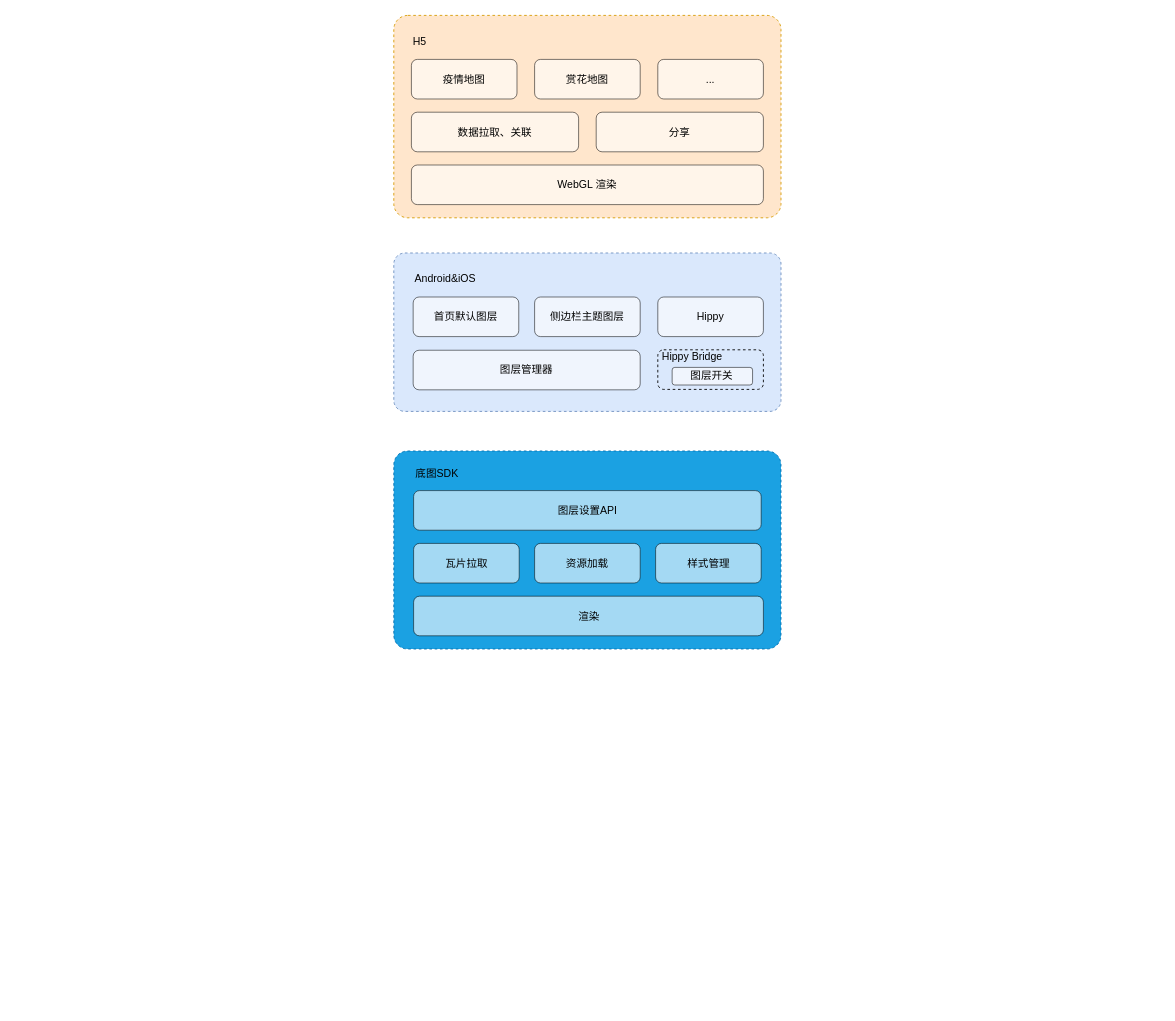
The draw.io diagram page "Page-3" (3 of 3) of 图卡联动.drawio in wangziji/graphics, before the edit. Source tidied: cells renumbered, new cells numbered last; positions are measured from the earlier drawing's top-left corner, leaving out a move shared by most shapes. Both pictures are drawn from the tidied source at 88%, with x=0, y=0 at pixel (393, 15).
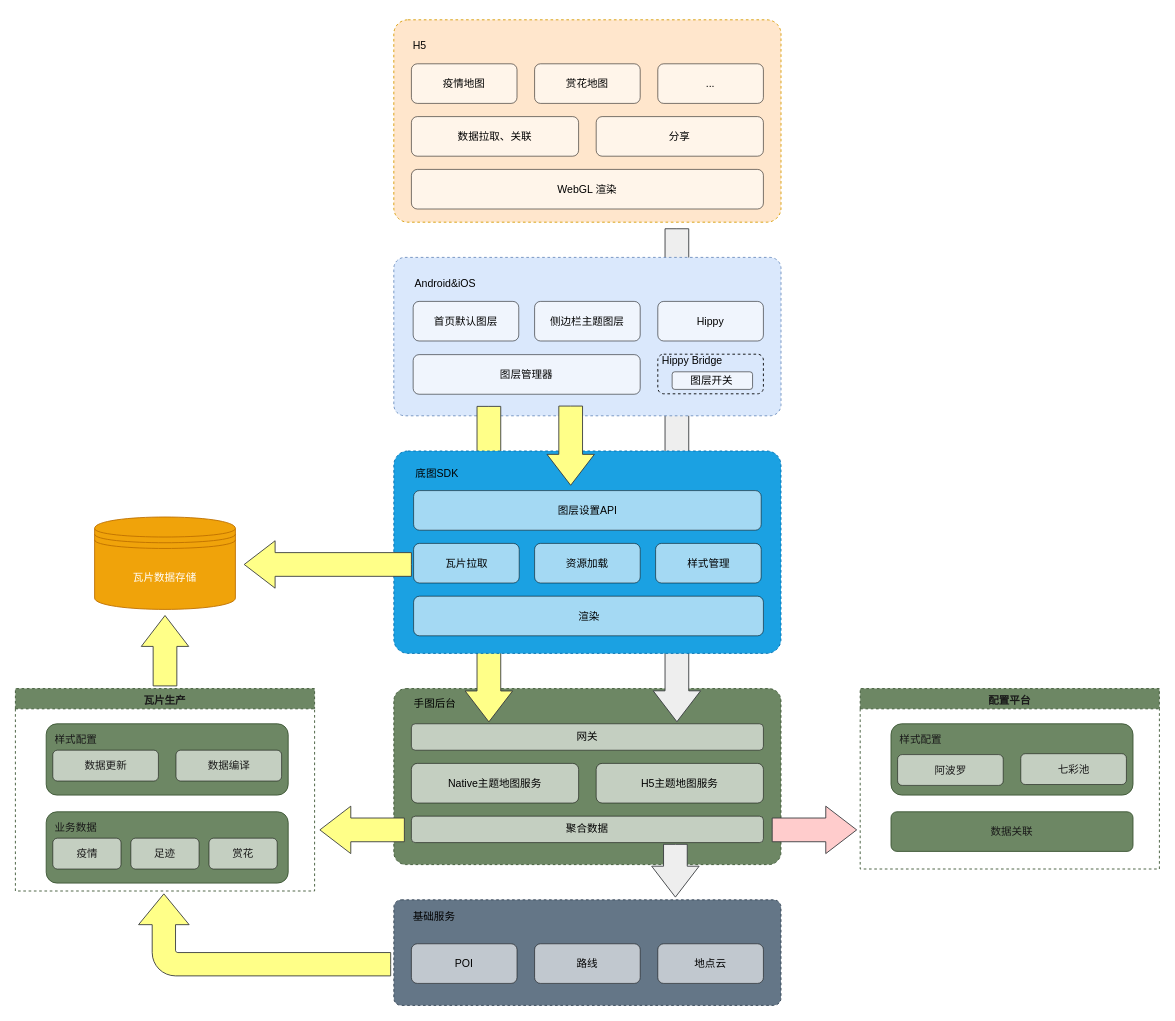
Above is the later version.

The edit, as a diff of the source:
```diff
@@
-    <mxCell id="2" style="rounded=1;whiteSpace=wrap;html=1;fillColor=#1ba1e2;dashed=1;arcSize=7;strokeColor=#006EAF;fontColor=#ffffff;fontFamily=腾讯体;" parent="1" vertex="1">
-      <mxGeometry y="495" width="440" height="225" as="geometry" />
-    </mxCell>
+    <mxCell id="29" style="group;fontFamily=腾讯体;" parent="1" vertex="1">
+      <mxGeometry y="765" width="440" height="233.9" as="geometry" />
+    </mxCell>
+    <mxCell id="30" style="rounded=1;whiteSpace=wrap;html=1;fillColor=#6d8764;dashed=1;arcSize=7;strokeColor=#3A5431;fontColor=#ffffff;fontFamily=腾讯体;" parent="29" vertex="1">
+      <mxGeometry width="440" height="200" as="geometry" />
+    </mxCell>
+    <mxCell id="31" value="手图后台" style="text;html=1;strokeColor=none;fillColor=none;align=left;verticalAlign=middle;whiteSpace=wrap;rounded=0;dashed=1;fontFamily=腾讯体;" parent="29" vertex="1">
+      <mxGeometry x="21" y="8.3" width="80" height="16.7" as="geometry" />
+    </mxCell>
+    <mxCell id="32" style="group;fontFamily=腾讯体;" parent="29" vertex="1">
+      <mxGeometry x="20" y="85" width="400" height="45" as="geometry" />
+    </mxCell>
+    <mxCell id="33" value="Native主题地图服务" style="rounded=1;whiteSpace=wrap;html=1;opacity=60;fontFamily=腾讯体;" parent="32" vertex="1">
+      <mxGeometry width="190" height="45" as="geometry" />
+    </mxCell>
+    <mxCell id="34" value="H5主题地图服务" style="rounded=1;whiteSpace=wrap;html=1;opacity=60;fontFamily=腾讯体;" parent="32" vertex="1">
+      <mxGeometry x="210" width="190" height="45" as="geometry" />
+    </mxCell>
+    <mxCell id="35" style="html=1;shadow=0;dashed=0;align=center;verticalAlign=middle;shape=mxgraph.arrows2.arrow;dy=0.5;dx=35.12;notch=0;rotation=90;fillColor=#eeeeee;strokeColor=#36393d;" parent="29" vertex="1">
+      <mxGeometry x="290" y="180" width="60" height="53.9" as="geometry" />
+    </mxCell>
+    <mxCell id="36" value="聚合数据" style="rounded=1;whiteSpace=wrap;html=1;opacity=60;fontFamily=腾讯体;" parent="29" vertex="1">
+      <mxGeometry x="20" y="145" width="400" height="30" as="geometry" />
+    </mxCell>
+    <mxCell id="37" value="网关" style="rounded=1;whiteSpace=wrap;html=1;opacity=60;fontFamily=腾讯体;" parent="29" vertex="1">
+      <mxGeometry x="20" y="40" width="400" height="30" as="geometry" />
+    </mxCell>
     <mxCell id="3" style="group;fontFamily=腾讯体;" parent="1" vertex="1">
-      <mxGeometry y="20" width="440" height="210" as="geometry" />
+      <mxGeometry y="25" width="440" height="210" as="geometry" />
     </mxCell>
@@
+    <mxCell id="38" style="group;fontFamily=腾讯体;" parent="1" vertex="1">
+      <mxGeometry y="1005" width="440" height="120" as="geometry" />
+    </mxCell>
+    <mxCell id="39" style="rounded=1;whiteSpace=wrap;html=1;fillColor=#647687;dashed=1;arcSize=7;strokeColor=#314354;fontColor=#ffffff;fontFamily=腾讯体;" parent="38" vertex="1">
+      <mxGeometry width="440" height="120" as="geometry" />
+    </mxCell>
+    <mxCell id="40" value="POI" style="rounded=1;whiteSpace=wrap;html=1;opacity=60;fontFamily=腾讯体;" parent="38" vertex="1">
+      <mxGeometry x="20" y="50" width="120" height="45" as="geometry" />
+    </mxCell>
+    <mxCell id="41" value="路线" style="rounded=1;whiteSpace=wrap;html=1;opacity=60;fontFamily=腾讯体;" parent="38" vertex="1">
+      <mxGeometry x="160" y="50" width="120" height="45" as="geometry" />
+    </mxCell>
+    <mxCell id="42" value="地点云" style="rounded=1;whiteSpace=wrap;html=1;opacity=60;fontFamily=腾讯体;" parent="38" vertex="1">
+      <mxGeometry x="300" y="50" width="120" height="45" as="geometry" />
+    </mxCell>
+    <mxCell id="43" value="基础服务" style="text;html=1;strokeColor=none;fillColor=none;align=left;verticalAlign=middle;whiteSpace=wrap;rounded=0;dashed=1;fontFamily=腾讯体;" parent="38" vertex="1">
+      <mxGeometry x="20" y="10" width="80" height="20" as="geometry" />
+    </mxCell>
+    <mxCell id="44" value="配置平台" style="swimlane;dashed=1;fillColor=#6d8764;align=center;verticalAlign=top;strokeColor=#3A5431;fontColor=#1A1A1A;fontFamily=腾讯体;" parent="1" vertex="1">
+      <mxGeometry x="530" y="765" width="340" height="205" as="geometry" />
+    </mxCell>
+    <mxCell id="45" style="rounded=1;whiteSpace=wrap;html=1;fillColor=#6d8764;strokeColor=#3A5431;fontColor=#ffffff;fontFamily=腾讯体;" parent="44" vertex="1">
+      <mxGeometry x="35" y="40" width="275" height="81" as="geometry" />
+    </mxCell>
+    <mxCell id="46" value="数据关联" style="rounded=1;whiteSpace=wrap;html=1;fillColor=#6d8764;strokeColor=#3A5431;fontColor=#1A1A1A;fontFamily=腾讯体;" parent="44" vertex="1">
+      <mxGeometry x="35" y="140" width="275" height="45" as="geometry" />
+    </mxCell>
+    <mxCell id="47" value="阿波罗" style="rounded=1;whiteSpace=wrap;html=1;opacity=60;fontFamily=腾讯体;fontColor=#1A1A1A;" parent="44" vertex="1">
+      <mxGeometry x="42.5" y="75" width="120" height="35" as="geometry" />
+    </mxCell>
+    <mxCell id="48" value="七彩池" style="rounded=1;whiteSpace=wrap;html=1;opacity=60;fontFamily=腾讯体;fontColor=#1A1A1A;" parent="44" vertex="1">
+      <mxGeometry x="182.5" y="74" width="120" height="35" as="geometry" />
+    </mxCell>
+    <mxCell id="49" value="样式配置" style="text;html=1;strokeColor=none;fillColor=none;align=left;verticalAlign=middle;whiteSpace=wrap;rounded=0;dashed=1;fontFamily=腾讯体;fontColor=#1A1A1A;" parent="44" vertex="1">
+      <mxGeometry x="42.5" y="50" width="80" height="16.7" as="geometry" />
+    </mxCell>
+    <mxCell id="50" value="瓦片数据存储" style="shape=datastore;whiteSpace=wrap;html=1;fillColor=#f0a30a;strokeColor=#BD7000;fontColor=#ffffff;" parent="1" vertex="1">
+      <mxGeometry x="-340" y="570" width="160" height="105" as="geometry" />
+    </mxCell>
+    <mxCell id="51" value="瓦片生产" style="swimlane;dashed=1;fillColor=#6d8764;align=center;verticalAlign=top;strokeColor=#3A5431;fontColor=#1A1A1A;fontFamily=腾讯体;" parent="1" vertex="1">
+      <mxGeometry x="-430" y="765" width="340" height="230" as="geometry" />
+    </mxCell>
+    <mxCell id="52" style="rounded=1;whiteSpace=wrap;html=1;fillColor=#6d8764;strokeColor=#3A5431;fontColor=#ffffff;fontFamily=腾讯体;" parent="51" vertex="1">
+      <mxGeometry x="35" y="40" width="275" height="81" as="geometry" />
+    </mxCell>
+    <mxCell id="53" value="数据更新" style="rounded=1;whiteSpace=wrap;html=1;opacity=60;fontFamily=腾讯体;fontColor=#1A1A1A;" parent="51" vertex="1">
+      <mxGeometry x="42.5" y="70" width="120" height="35" as="geometry" />
+    </mxCell>
+    <mxCell id="54" value="数据编译" style="rounded=1;whiteSpace=wrap;html=1;opacity=60;fontFamily=腾讯体;fontColor=#1A1A1A;" parent="51" vertex="1">
+      <mxGeometry x="182.5" y="70" width="120" height="35" as="geometry" />
+    </mxCell>
+    <mxCell id="55" value="样式配置" style="text;html=1;strokeColor=none;fillColor=none;align=left;verticalAlign=middle;whiteSpace=wrap;rounded=0;dashed=1;fontFamily=腾讯体;fontColor=#1A1A1A;" parent="51" vertex="1">
+      <mxGeometry x="42.5" y="50" width="80" height="16.7" as="geometry" />
+    </mxCell>
+    <mxCell id="56" style="rounded=1;whiteSpace=wrap;html=1;fillColor=#6d8764;strokeColor=#3A5431;fontColor=#ffffff;fontFamily=腾讯体;" parent="51" vertex="1">
+      <mxGeometry x="35" y="140" width="275" height="81" as="geometry" />
+    </mxCell>
+    <mxCell id="57" value="疫情" style="rounded=1;whiteSpace=wrap;html=1;opacity=60;fontFamily=腾讯体;fontColor=#1A1A1A;" parent="51" vertex="1">
+      <mxGeometry x="42.5" y="170" width="77.5" height="35" as="geometry" />
+    </mxCell>
+    <mxCell id="58" value="业务数据" style="text;html=1;strokeColor=none;fillColor=none;align=left;verticalAlign=middle;whiteSpace=wrap;rounded=0;dashed=1;fontFamily=腾讯体;fontColor=#1A1A1A;" parent="51" vertex="1">
+      <mxGeometry x="42.5" y="150" width="80" height="16.7" as="geometry" />
+    </mxCell>
+    <mxCell id="59" value="足迹" style="rounded=1;whiteSpace=wrap;html=1;opacity=60;fontFamily=腾讯体;fontColor=#1A1A1A;" parent="51" vertex="1">
+      <mxGeometry x="131.2" y="170" width="77.5" height="35" as="geometry" />
+    </mxCell>
+    <mxCell id="60" value="赏花" style="rounded=1;whiteSpace=wrap;html=1;opacity=60;fontFamily=腾讯体;fontColor=#1A1A1A;" parent="51" vertex="1">
+      <mxGeometry x="220" y="170" width="77.5" height="35" as="geometry" />
+    </mxCell>
+    <mxCell id="61" style="html=1;shadow=0;dashed=0;align=center;verticalAlign=middle;shape=mxgraph.arrows2.bendArrow;dy=13.25;dx=35;notch=0;arrowHead=57.5;rounded=1;rotation=-90;fillColor=#ffff88;strokeColor=#36393d;" parent="1" vertex="1">
+      <mxGeometry x="-193.4" y="901.6" width="93.2" height="286.5" as="geometry" />
+    </mxCell>
+    <mxCell id="62" style="html=1;shadow=0;dashed=0;align=center;verticalAlign=middle;shape=mxgraph.arrows2.arrow;dy=0.5;dx=35.12;notch=0;rotation=-90;fillColor=#ffff88;strokeColor=#36393d;" parent="1" vertex="1">
+      <mxGeometry x="-300" y="695" width="80" height="53.9" as="geometry" />
+    </mxCell>
+    <mxCell id="63" style="html=1;shadow=0;dashed=0;align=center;verticalAlign=middle;shape=mxgraph.arrows2.arrow;dy=0.5;dx=35.12;notch=0;rotation=-180;fillColor=#ffff88;strokeColor=#36393d;" parent="1" vertex="1">
+      <mxGeometry x="-84" y="898.6" width="96" height="53.9" as="geometry" />
+    </mxCell>
+    <mxCell id="64" style="html=1;shadow=0;dashed=0;align=center;verticalAlign=middle;shape=mxgraph.arrows2.arrow;dy=0.5;dx=35.12;notch=0;rotation=0;fillColor=#ffcccc;strokeColor=#36393d;" parent="1" vertex="1">
+      <mxGeometry x="430" y="898.6" width="96" height="53.9" as="geometry" />
+    </mxCell>
+    <mxCell id="65" style="html=1;shadow=0;dashed=0;align=center;verticalAlign=middle;shape=mxgraph.arrows2.arrow;dy=0.5;dx=35.12;notch=0;rotation=90;fillColor=#eeeeee;strokeColor=#36393d;" parent="1" vertex="1">
+      <mxGeometry x="41.6" y="495.6" width="560.2" height="53.9" as="geometry" />
+    </mxCell>
     <mxCell id="12" style="group;" parent="1" vertex="1">
-      <mxGeometry y="270" width="440" height="180" as="geometry" />
+      <mxGeometry y="275" width="440" height="180" as="geometry" />
     </mxCell>
@@
+    <mxCell id="66" style="html=1;shadow=0;dashed=0;align=center;verticalAlign=middle;shape=mxgraph.arrows2.arrow;dy=0.5;dx=35.12;notch=0;rotation=90;fillColor=#ffff88;strokeColor=#36393d;" parent="1" vertex="1">
+      <mxGeometry x="-71.2" y="596.6" width="358.5" height="53.9" as="geometry" />
+    </mxCell>
+    <mxCell id="2" style="rounded=1;whiteSpace=wrap;html=1;fillColor=#1ba1e2;dashed=1;arcSize=7;strokeColor=#006EAF;fontColor=#ffffff;fontFamily=腾讯体;" parent="1" vertex="1">
+      <mxGeometry y="495" width="440" height="230" as="geometry" />
+    </mxCell>
@@
+    <mxCell id="67" style="html=1;shadow=0;dashed=0;align=center;verticalAlign=middle;shape=mxgraph.arrows2.arrow;dy=0.5;dx=35.12;notch=0;rotation=-180;fillColor=#ffff88;strokeColor=#36393d;" parent="1" vertex="1">
+      <mxGeometry x="-170" y="597" width="190" height="53.9" as="geometry" />
+    </mxCell>
+    <mxCell id="68" style="html=1;shadow=0;dashed=0;align=center;verticalAlign=middle;shape=mxgraph.arrows2.arrow;dy=0.5;dx=35.12;notch=0;rotation=90;fillColor=#ffff88;strokeColor=#36393d;" parent="1" vertex="1">
+      <mxGeometry x="156" y="462" width="90" height="53.9" as="geometry" />
+    </mxCell>
```
